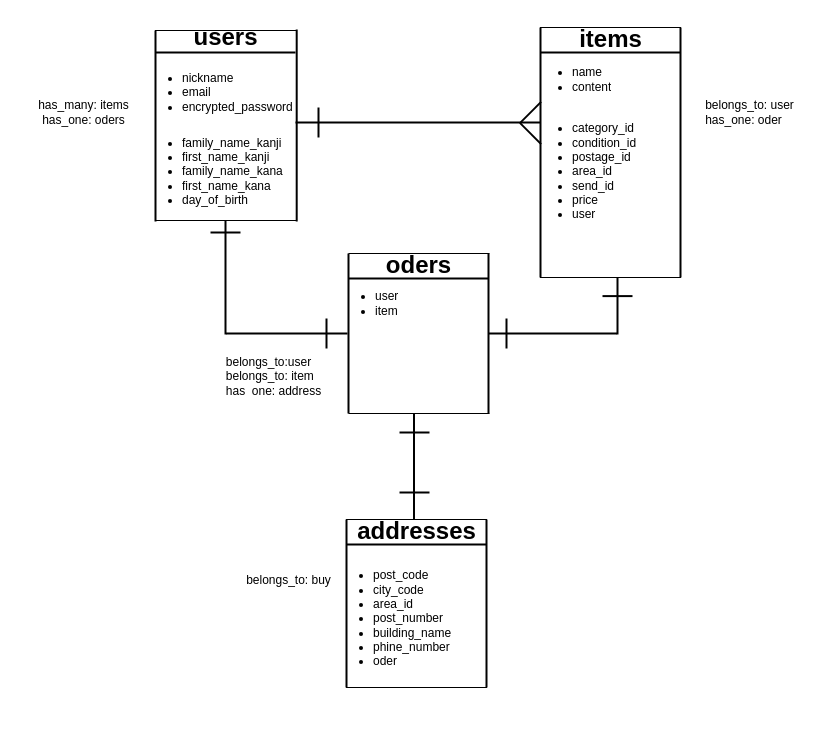
Above: furima-er.dio in tatsuaki1234/furima-27589 (draw.io), before the change. Source tidied: cells renumbered, new cells numbered last; positions are measured from the earlier drawing's top-left corner, leaving out a move shared by most shapes. Both pictures are drawn from the tidied source at 100%, with x=0, y=0 at pixel (16, 17).
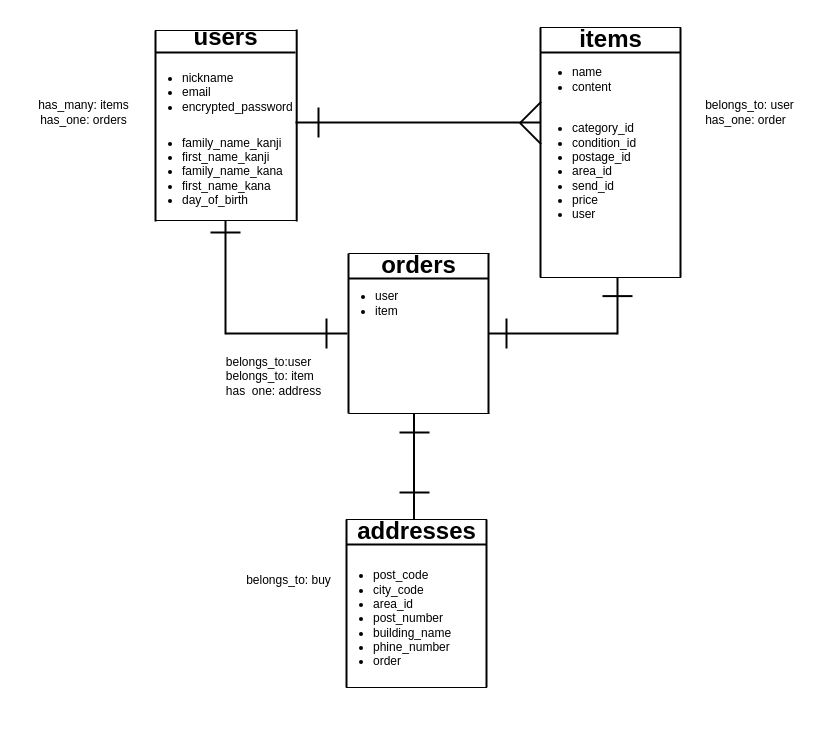
Above is the later version.

Diff of the diagram source:
```diff
@@
-    <mxCell id="21" value="oders" style="text;strokeColor=none;fillColor=none;html=1;fontSize=24;fontStyle=1;verticalAlign=middle;align=center;" parent="1" vertex="1">
+    <mxCell id="21" value="orders" style="text;strokeColor=none;fillColor=none;html=1;fontSize=24;fontStyle=1;verticalAlign=middle;align=center;" parent="1" vertex="1">
       <mxGeometry x="352" y="228" width="100" height="40" as="geometry" />
     </mxCell>
-    <mxCell id="22" value="&lt;ul&gt;&lt;li&gt;post_code&lt;/li&gt;&lt;li&gt;city_code&lt;/li&gt;&lt;li&gt;area_id&lt;/li&gt;&lt;li&gt;post_number&lt;/li&gt;&lt;li&gt;building_name&lt;/li&gt;&lt;li&gt;phine_number&lt;/li&gt;&lt;li&gt;oder&lt;/li&gt;&lt;/ul&gt;" style="text;strokeColor=none;fillColor=none;html=1;whiteSpace=wrap;verticalAlign=middle;overflow=hidden;" parent="1" vertex="1">
+    <mxCell id="22" value="&lt;ul&gt;&lt;li&gt;post_code&lt;/li&gt;&lt;li&gt;city_code&lt;/li&gt;&lt;li&gt;area_id&lt;/li&gt;&lt;li&gt;post_number&lt;/li&gt;&lt;li&gt;building_name&lt;/li&gt;&lt;li&gt;phine_number&lt;/li&gt;&lt;li&gt;order&lt;/li&gt;&lt;/ul&gt;" style="text;strokeColor=none;fillColor=none;html=1;whiteSpace=wrap;verticalAlign=middle;overflow=hidden;" parent="1" vertex="1">
       <mxGeometry x="315" y="490" width="150" height="221.5" as="geometry" />
     </mxCell>
@@
-    <mxCell id="43" value="&lt;div style=&quot;text-align: left&quot;&gt;&lt;span&gt;has_many: items&lt;/span&gt;&lt;/div&gt;has_one: oders" style="text;html=1;strokeColor=none;fillColor=none;align=center;verticalAlign=middle;whiteSpace=wrap;overflow=hidden;" parent="1" vertex="1">
+    <mxCell id="43" value="&lt;div style=&quot;text-align: left&quot;&gt;&lt;span&gt;has_many: items&lt;/span&gt;&lt;/div&gt;has_one: orders" style="text;html=1;strokeColor=none;fillColor=none;align=center;verticalAlign=middle;whiteSpace=wrap;overflow=hidden;" parent="1" vertex="1">
       <mxGeometry x="0.2" y="65" width="135" height="60" as="geometry" />
     </mxCell>
-    <mxCell id="44" value="&lt;div style=&quot;text-align: left&quot;&gt;&lt;span&gt;belongs_to: user&lt;/span&gt;&lt;/div&gt;&lt;div style=&quot;text-align: left&quot;&gt;has_one: oder&lt;/div&gt;" style="text;html=1;strokeColor=none;fillColor=none;align=center;verticalAlign=middle;whiteSpace=wrap;overflow=hidden;" parent="1" vertex="1">
+    <mxCell id="44" value="&lt;div style=&quot;text-align: left&quot;&gt;&lt;span&gt;belongs_to: user&lt;/span&gt;&lt;/div&gt;&lt;div style=&quot;text-align: left&quot;&gt;has_one: order&lt;/div&gt;" style="text;html=1;strokeColor=none;fillColor=none;align=center;verticalAlign=middle;whiteSpace=wrap;overflow=hidden;" parent="1" vertex="1">
       <mxGeometry x="666" y="65" width="135" height="60" as="geometry" />
     </mxCell>
```
